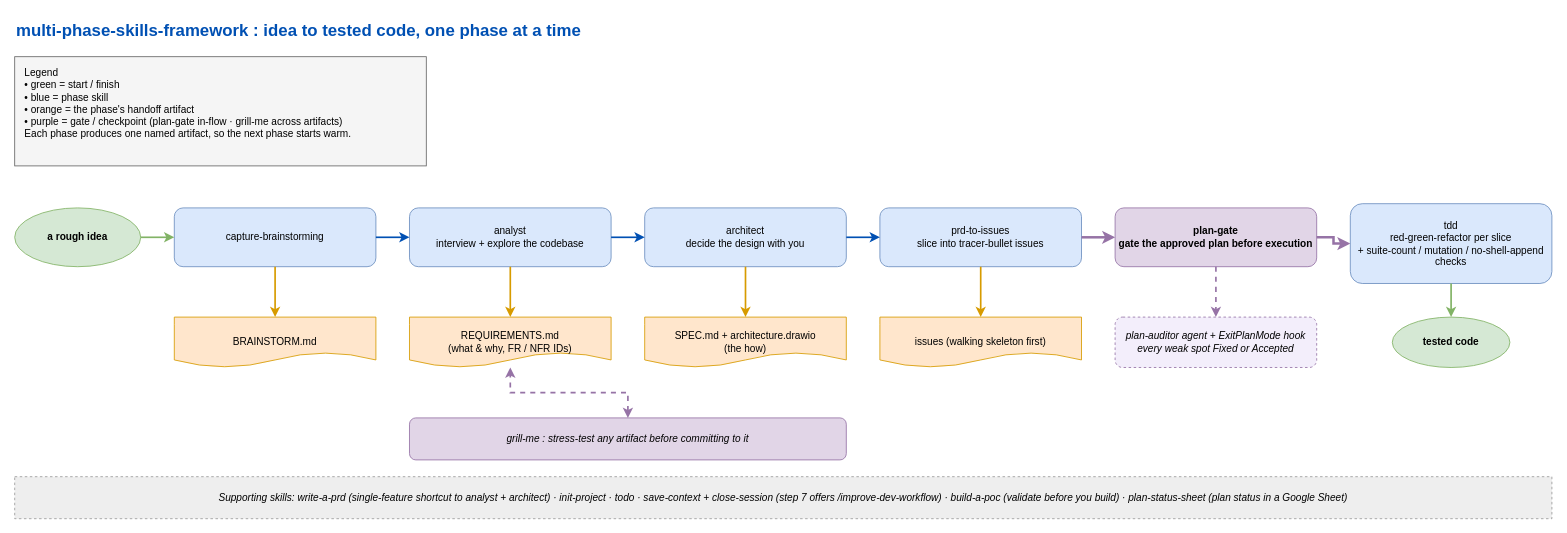
This is docs/framework-flows.drawio from eranw2000/multi-phase-skills-framework, a draw.io file, before an edit. Source tidied: cells renumbered, new cells numbered last; positions are measured from the earlier drawing's top-left corner, leaving out a move shared by most shapes. Both pictures are drawn from the tidied source at 84%, with x=0, y=0 at pixel (14, 14).
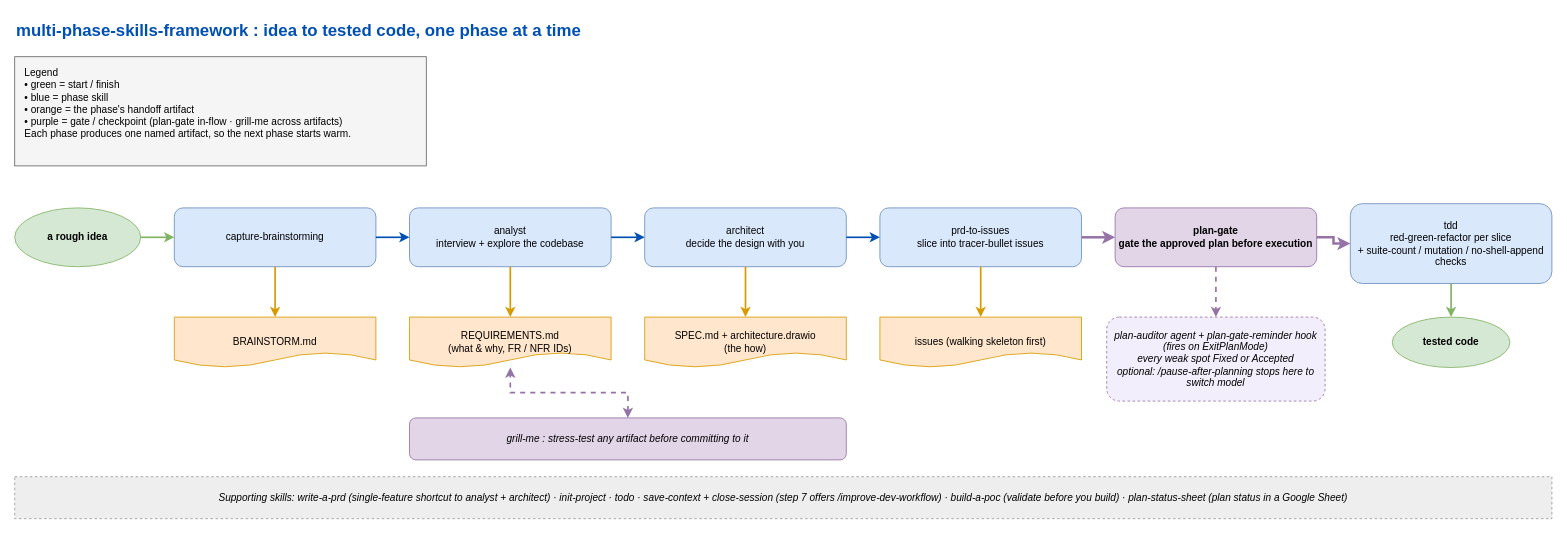
The same diagram, later.

Commit message (it also covers changes not shown here):
Flow diagrams: name the plan-gate-reminder hook and /pause-after-planning

The edit, as a diff of the source:
```diff
@@
-    <mxCell id="14" value="plan-auditor agent + ExitPlanMode hook&#10;every weak spot Fixed or Accepted" style="rounded=1;fillColor=#f3eefb;strokeColor=#9673a6;html=1;whiteSpace=wrap;fontStyle=2;dashed=1;" parent="1" vertex="1">
-      <mxGeometry x="1310" y="360" width="240" height="60" as="geometry" />
+    <mxCell id="14" value="plan-auditor agent + plan-gate-reminder hook (fires on ExitPlanMode)&#10;every weak spot Fixed or Accepted&#10;optional: /pause-after-planning stops here to switch model" style="rounded=1;fillColor=#f3eefb;strokeColor=#9673a6;html=1;whiteSpace=wrap;fontStyle=2;dashed=1;" parent="1" vertex="1">
+      <mxGeometry x="1300" y="360" width="260" height="100" as="geometry" />
     </mxCell>
```
